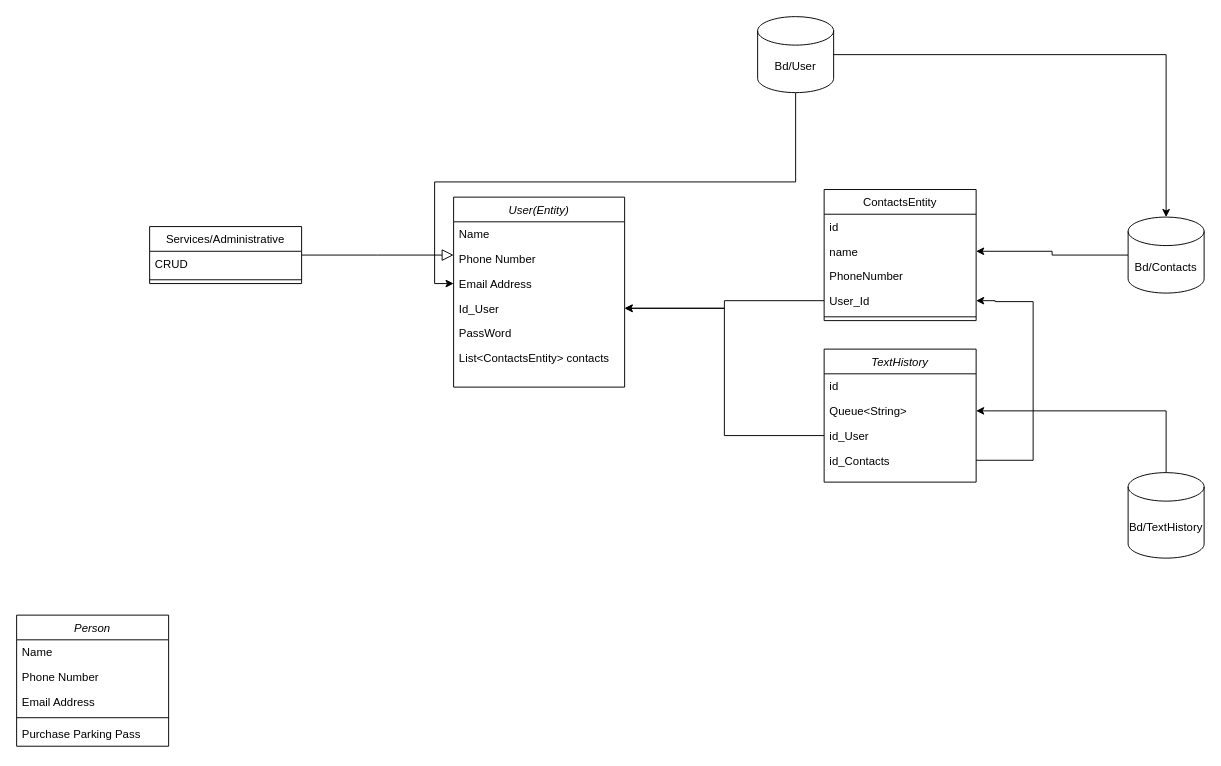
The draw.io diagram ConexionBaseDeDatos.drawio in AlejoVM122/Mis-Proyectos, before the edit. Source tidied: cells renumbered, new cells numbered last; positions are measured from the earlier drawing's top-left corner, leaving out a move shared by most shapes. Both pictures are drawn from the tidied source at 95%, with x=0, y=0 at pixel (16, 16).
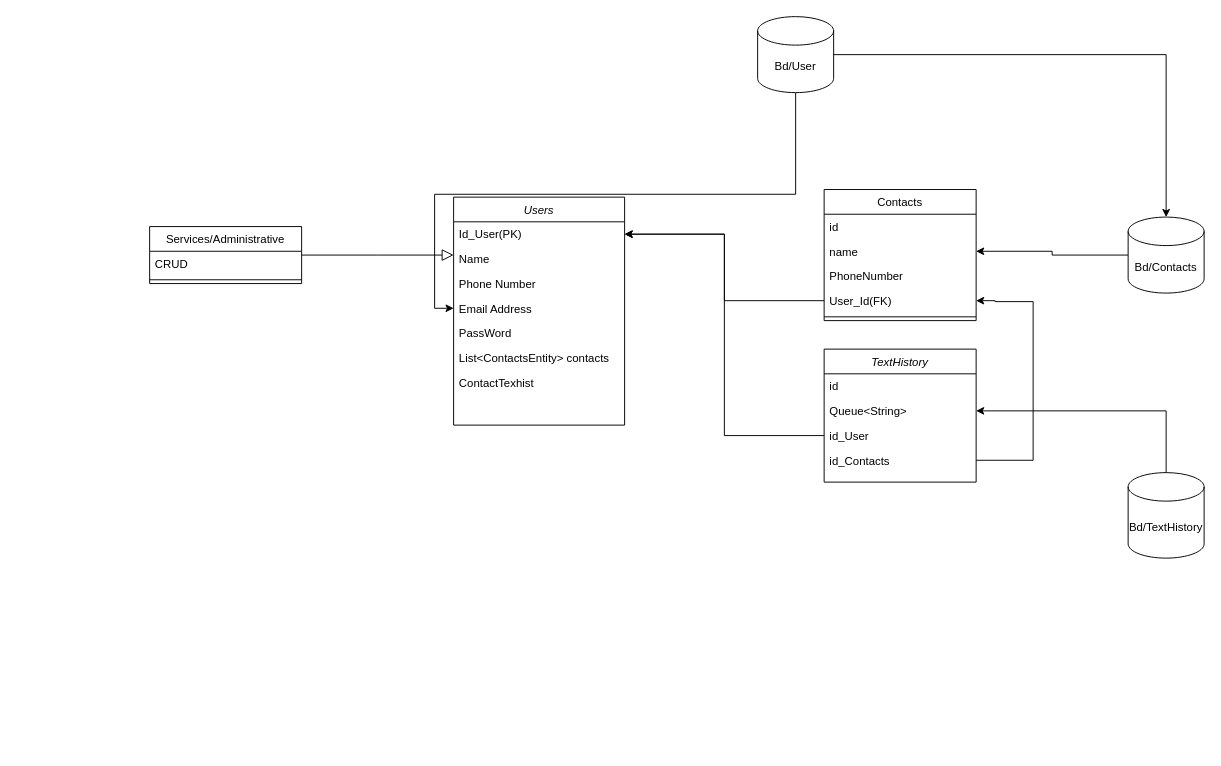
The same diagram, later.

The edit, as a diff of the source:
```diff
@@
-    <mxCell id="2" value="User(Entity)" style="swimlane;fontStyle=2;align=center;verticalAlign=top;horizontal=1;startSize=26;rounded=0;shadow=0;strokeWidth=1;" parent="1" vertex="1">
-      <mxGeometry x="460" y="190" width="180" height="200" as="geometry" />
+    <mxCell id="2" value="Users" style="swimlane;fontStyle=2;align=center;verticalAlign=top;horizontal=1;startSize=26;rounded=0;shadow=0;strokeWidth=1;" parent="1" vertex="1">
+      <mxGeometry x="460" y="190" width="180" height="240" as="geometry" />
     </mxCell>
+    <mxCell id="6" value="Id_User(PK)" style="text;align=left;verticalAlign=top;spacingLeft=4;spacingRight=4;overflow=hidden;points=[[0,0.5],[1,0.5]];portConstraint=eastwest;" parent="2" vertex="1">
+      <mxGeometry y="26" width="180" height="26" as="geometry" />
+    </mxCell>
     <mxCell id="3" value="Name" style="text;align=left;verticalAlign=top;spacingLeft=4;spacingRight=4;overflow=hidden;" parent="2" vertex="1">
-      <mxGeometry y="26" width="180" height="26" as="geometry" />
+      <mxGeometry y="52" width="180" height="26" as="geometry" />
     </mxCell>
     <mxCell id="4" value="Phone Number" style="text;align=left;verticalAlign=top;spacingLeft=4;spacingRight=4;overflow=hidden;rounded=0;shadow=0;html=0;" parent="2" vertex="1">
-      <mxGeometry y="52" width="180" height="26" as="geometry" />
+      <mxGeometry y="78" width="180" height="26" as="geometry" />
     </mxCell>
     <mxCell id="5" value="Email Address" style="text;align=left;verticalAlign=top;spacingLeft=4;spacingRight=4;overflow=hidden;points=[[0,0.5],[1,0.5]];portConstraint=eastwest;rounded=0;shadow=0;html=0;" parent="2" vertex="1">
-      <mxGeometry y="78" width="180" height="26" as="geometry" />
+      <mxGeometry y="104" width="180" height="26" as="geometry" />
     </mxCell>
-    <mxCell id="6" value="Id_User" style="text;align=left;verticalAlign=top;spacingLeft=4;spacingRight=4;overflow=hidden;points=[[0,0.5],[1,0.5]];portConstraint=eastwest;" parent="2" vertex="1">
-      <mxGeometry y="104" width="180" height="26" as="geometry" />
-    </mxCell>
@@
+    <mxCell id="40" value="ContactTexhist" style="text;align=left;verticalAlign=top;spacingLeft=4;spacingRight=4;overflow=hidden;rounded=0;shadow=0;html=0;" parent="2" vertex="1">
+      <mxGeometry y="182" width="180" height="26" as="geometry" />
+    </mxCell>
@@
-    <mxCell id="13" value="ContactsEntity" style="swimlane;fontStyle=0;align=center;verticalAlign=top;horizontal=1;startSize=26;rounded=0;shadow=0;strokeWidth=1;" parent="1" vertex="1">
+    <mxCell id="13" value="Contacts" style="swimlane;fontStyle=0;align=center;verticalAlign=top;horizontal=1;startSize=26;rounded=0;shadow=0;strokeWidth=1;" parent="1" vertex="1">
       <mxGeometry x="850" y="182" width="160" height="138" as="geometry" />
     </mxCell>
@@
-    <mxCell id="17" value="User_Id" style="text;align=left;verticalAlign=top;spacingLeft=4;spacingRight=4;overflow=hidden;points=[[0,0.5],[1,0.5]];portConstraint=eastwest;rounded=0;shadow=0;html=0;" parent="13" vertex="1">
+    <mxCell id="17" value="User_Id(FK)" style="text;align=left;verticalAlign=top;spacingLeft=4;spacingRight=4;overflow=hidden;points=[[0,0.5],[1,0.5]];portConstraint=eastwest;rounded=0;shadow=0;html=0;" parent="13" vertex="1">
       <mxGeometry y="104" width="160" height="26" as="geometry" />
     </mxCell>
@@
-    <mxCell id="19" value="Person" style="swimlane;fontStyle=2;align=center;verticalAlign=top;horizontal=1;startSize=26;rounded=0;shadow=0;strokeWidth=1;" parent="1" vertex="1">
-      <mxGeometry y="630" width="160" height="138" as="geometry" />
-    </mxCell>
-    <mxCell id="20" value="Name" style="text;align=left;verticalAlign=top;spacingLeft=4;spacingRight=4;overflow=hidden;" parent="19" vertex="1">
-      <mxGeometry y="26" width="160" height="26" as="geometry" />
-    </mxCell>
-    <mxCell id="21" value="Phone Number" style="text;align=left;verticalAlign=top;spacingLeft=4;spacingRight=4;overflow=hidden;rounded=0;shadow=0;html=0;" parent="19" vertex="1">
-      <mxGeometry y="52" width="160" height="26" as="geometry" />
-    </mxCell>
-    <mxCell id="22" value="Email Address" style="text;align=left;verticalAlign=top;spacingLeft=4;spacingRight=4;overflow=hidden;rounded=0;shadow=0;html=0;" parent="19" vertex="1">
-      <mxGeometry y="78" width="160" height="26" as="geometry" />
-    </mxCell>
-    <mxCell id="23" style="line;html=1;strokeWidth=1;align=left;verticalAlign=middle;spacingTop=-1;spacingLeft=3;spacingRight=3;labelPosition=right;" parent="19" vertex="1">
-      <mxGeometry y="104" width="160" height="8" as="geometry" />
-    </mxCell>
-    <mxCell id="24" value="Purchase Parking Pass" style="text;align=left;verticalAlign=top;spacingLeft=4;spacingRight=4;overflow=hidden;" parent="19" vertex="1">
-      <mxGeometry y="112" width="160" height="26" as="geometry" />
-    </mxCell>
```
